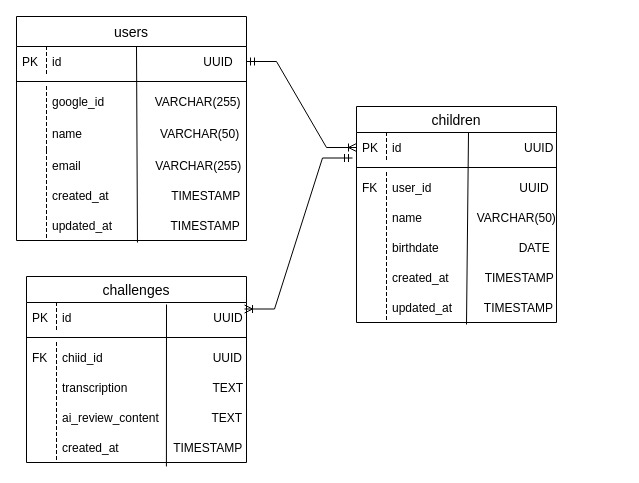
Before: docs/diagrams/database-er.drawio in ms-engineer-bc25-06/Section9_TeamC, a draw.io diagram. Source tidied: cells renumbered, new cells numbered last; positions are measured from the earlier drawing's top-left corner, leaving out a move shared by most shapes. Both pictures are drawn from the tidied source at 100%, with x=0, y=0 at pixel (16, 16).
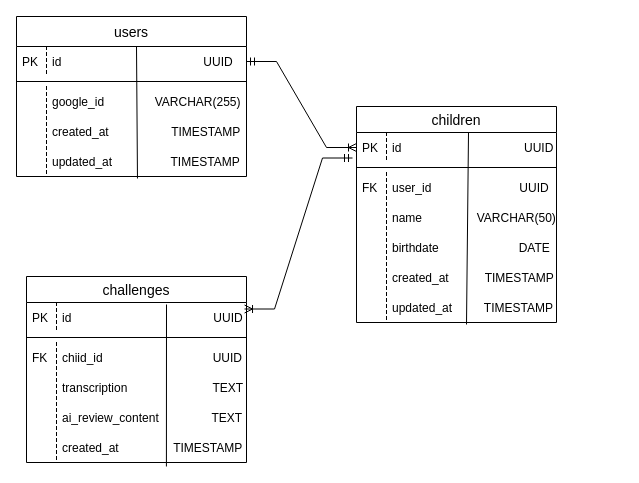
The same diagram, later.

Commit message:
fix: userテーブルの訂正

Diff of the diagram source:
```diff
@@
     <mxCell id="17" value="users" style="swimlane;fontStyle=0;horizontal=1;startSize=30;align=center;fontSize=14;" parent="1" vertex="1">
-      <mxGeometry width="230" height="224" as="geometry" />
+      <mxGeometry width="230" height="160" as="geometry" />
     </mxCell>
@@
-    <mxCell id="24" value="name　　　　         VARCHAR(50)" style="shape=partialRectangle;fillColor=none;align=left;verticalAlign=middle;strokeColor=none;spacingLeft=34;" parent="17" vertex="1">
-      <mxGeometry y="100" width="230" height="34" as="geometry" />
-    </mxCell>
-    <mxCell id="25" style="shape=partialRectangle;top=0;left=0;bottom=0;fillColor=none;stokeWidth=1;dashed=1;align=left;verticalAlign=middle;spacingLeft=4;spacingRight=4;overflow=hidden;" parent="24" vertex="1">
-      <mxGeometry width="30" height="34" as="geometry" />
-    </mxCell>
-    <mxCell id="26" value="email　　　　        VARCHAR(255)" style="shape=partialRectangle;fillColor=none;align=left;verticalAlign=middle;strokeColor=none;spacingLeft=34;" parent="17" vertex="1">
-      <mxGeometry y="134" width="230" height="30" as="geometry" />
-    </mxCell>
-    <mxCell id="27" style="shape=partialRectangle;top=0;left=0;bottom=0;fillColor=none;stokeWidth=1;dashed=1;align=left;verticalAlign=middle;spacingLeft=4;spacingRight=4;overflow=hidden;" parent="26" vertex="1">
-      <mxGeometry width="30" height="30" as="geometry" />
-    </mxCell>
     <mxCell id="28" value="created_at　　　        TIMESTAMP" style="shape=partialRectangle;fillColor=none;align=left;verticalAlign=middle;strokeColor=none;spacingLeft=34;" parent="17" vertex="1">
-      <mxGeometry y="164" width="230" height="30" as="geometry" />
+      <mxGeometry y="100" width="230" height="30" as="geometry" />
     </mxCell>
@@
     <mxCell id="30" value="updated_at　              TIMESTAMP" style="shape=partialRectangle;fillColor=none;align=left;verticalAlign=middle;strokeColor=none;spacingLeft=34;points=[[0,0.5],[1,0.5]];portConstraint=eastwest;" parent="17" vertex="1">
-      <mxGeometry y="194" width="230" height="30" as="geometry" />
+      <mxGeometry y="130" width="230" height="30" as="geometry" />
     </mxCell>
```
